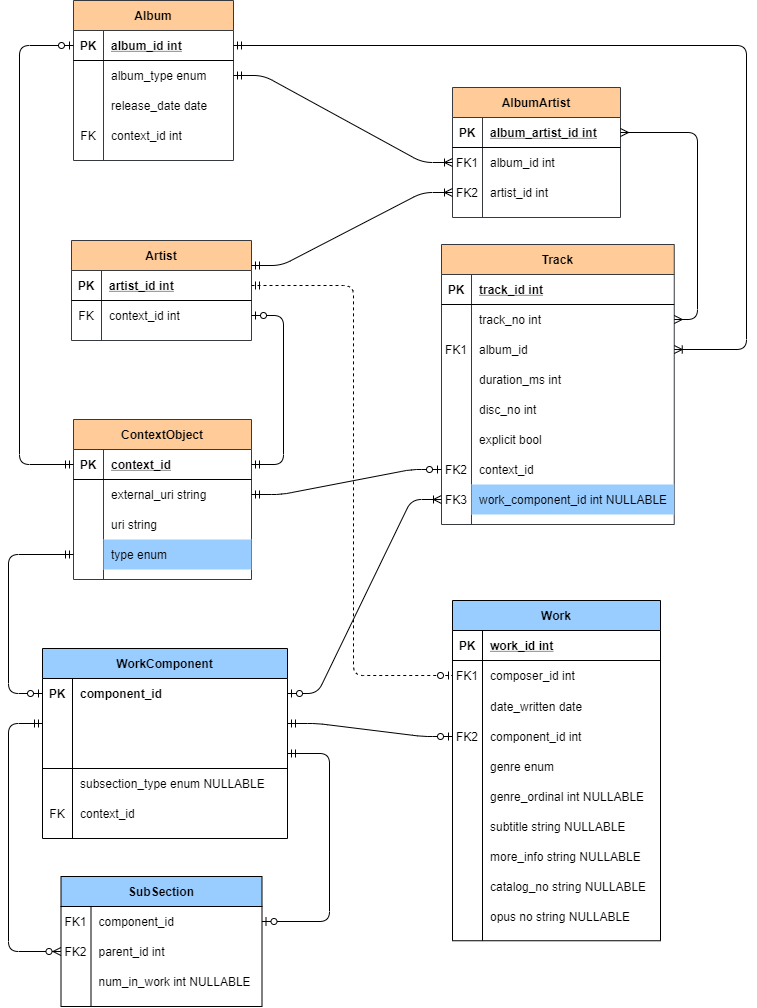
Above: docs/spotify_opus_erd.png in james-menzies/spotify_opus (draw.io), before the change. Source tidied: cells renumbered, new cells last; positions are measured from the earlier drawing's top-left corner, leaving out a move shared by most shapes.
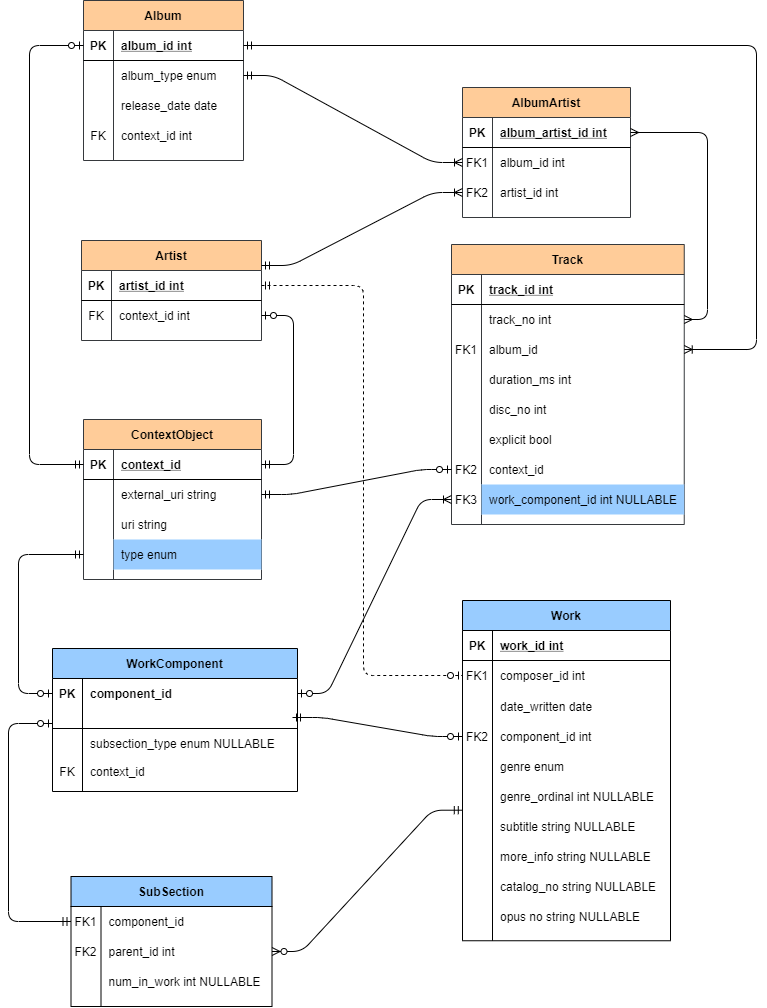
The same file after the commit.

Diff of the diagram source:
```diff
@@ -245,7 +245,7 @@
       <mxGeometry relative="1" as="geometry" />
     </mxCell>
     <mxCell id="77" value="WorkComponent" style="shape=table;startSize=30;rowLines=0;fontStyle=1;align=center;fillColor=#99CCFF;" parent="1" vertex="1">
-      <mxGeometry x="34" y="648" width="245" height="190" as="geometry" />
+      <mxGeometry x="34" y="648" width="245" height="143" as="geometry" />
     </mxCell>
     <mxCell id="78" style="shape=partialRectangle;fillColor=none;top=0;left=0;bottom=0;right=0;points=[[0,0.5],[1,0.5]];portConstraint=eastwest;startSize=30;" parent="77" vertex="1">
       <mxGeometry y="30" width="245" height="30" as="geometry" />
@@ -256,26 +256,17 @@
     <mxCell id="80" value="component_id" style="shape=partialRectangle;fillColor=none;top=0;left=0;bottom=0;right=0;align=left;spacingLeft=6;overflow=hidden;fontStyle=1;" parent="78" vertex="1">
       <mxGeometry x="30" width="215" height="30" as="geometry" />
     </mxCell>
-    <mxCell id="81" style="shape=partialRectangle;fillColor=none;top=0;left=0;bottom=0;right=0;points=[[0,0.5],[1,0.5]];portConstraint=eastwest;startSize=30;" parent="77" vertex="1">
-      <mxGeometry y="60" width="245" height="30" as="geometry" />
-    </mxCell>
-    <mxCell id="82" style="shape=partialRectangle;fillColor=none;top=0;left=0;bottom=0;right=0;overflow=hidden;fontStyle=1;" parent="81" vertex="1">
-      <mxGeometry width="30" height="30" as="geometry" />
-    </mxCell>
-    <mxCell id="83" style="shape=partialRectangle;fillColor=none;top=0;left=0;bottom=0;right=0;align=left;spacingLeft=6;overflow=hidden;fontStyle=1;" parent="81" vertex="1">
-      <mxGeometry x="30" width="215" height="30" as="geometry" />
-    </mxCell>
     <mxCell id="84" style="shape=partialRectangle;fillColor=none;top=0;left=0;bottom=1;right=0;points=[[0,0.5],[1,0.5]];portConstraint=eastwest;" parent="77" vertex="1">
-      <mxGeometry y="90" width="245" height="30" as="geometry" />
+      <mxGeometry y="60" width="245" height="20" as="geometry" />
     </mxCell>
     <mxCell id="85" style="shape=partialRectangle;fillColor=none;top=0;left=0;bottom=0;right=0;fontStyle=1;overflow=hidden;" parent="84" vertex="1">
-      <mxGeometry width="30" height="30" as="geometry" />
+      <mxGeometry width="30" height="20" as="geometry" />
     </mxCell>
     <mxCell id="86" style="shape=partialRectangle;fillColor=none;top=0;left=0;bottom=0;right=0;align=left;spacingLeft=6;fontStyle=5;overflow=hidden;" parent="84" vertex="1">
-      <mxGeometry x="30" width="215" height="30" as="geometry" />
+      <mxGeometry x="30" width="215" height="20" as="geometry" />
     </mxCell>
     <mxCell id="87" style="shape=partialRectangle;fillColor=none;top=0;left=0;bottom=0;right=0;" parent="77" vertex="1">
-      <mxGeometry y="120" width="245" height="30" as="geometry" />
+      <mxGeometry y="80" width="245" height="30" as="geometry" />
     </mxCell>
     <mxCell id="88" style="shape=partialRectangle;fillColor=none;top=0;left=0;bottom=0;right=0;overflow=hidden;" parent="87" vertex="1">
       <mxGeometry width="30" height="30" as="geometry" />
@@ -284,13 +275,13 @@
       <mxGeometry x="30" width="215" height="30" as="geometry" />
     </mxCell>
     <mxCell id="90" style="shape=partialRectangle;fillColor=none;top=0;left=0;bottom=0;right=0;" parent="77" vertex="1">
-      <mxGeometry y="150" width="245" height="30" as="geometry" />
+      <mxGeometry y="110" width="245" height="26" as="geometry" />
     </mxCell>
     <mxCell id="91" value="FK" style="shape=partialRectangle;fillColor=none;top=0;left=0;bottom=0;right=0;overflow=hidden;" parent="90" vertex="1">
-      <mxGeometry width="30" height="30" as="geometry" />
+      <mxGeometry width="30" height="26" as="geometry" />
     </mxCell>
     <mxCell id="92" value="context_id" style="shape=partialRectangle;fillColor=none;top=0;left=0;bottom=0;right=0;align=left;spacingLeft=6;overflow=hidden;" parent="90" vertex="1">
-      <mxGeometry x="30" width="215" height="30" as="geometry" />
+      <mxGeometry x="30" width="215" height="26" as="geometry" />
     </mxCell>
     <mxCell id="93" value="Work" style="shape=table;startSize=30;rowLines=0;fontStyle=1;align=center;fillColor=#99CCFF;" parent="1" vertex="1">
       <mxGeometry x="444" y="600" width="208" height="340.2" as="geometry" />
@@ -432,22 +423,21 @@
     <mxCell id="136" style="edgeStyle=entityRelationEdgeStyle;fontSize=12;html=1;endArrow=ERoneToMany;startArrow=ERzeroToOne;labelBackgroundColor=none;entryX=0;entryY=0.5;entryDx=0;entryDy=0;exitX=1;exitY=0.5;exitDx=0;exitDy=0;startFill=1;endFill=0;" parent="1" edge="1" source="78" target="24">
       <mxGeometry relative="1" as="geometry" />
     </mxCell>
-    <mxCell id="137" style="edgeStyle=elbowEdgeStyle;fontSize=12;html=1;endArrow=ERzeroToMany;startArrow=ERmandOne;labelBackgroundColor=none;entryX=0;entryY=0.5;entryDx=0;entryDy=0;exitX=0;exitY=0.5;exitDx=0;exitDy=0;" parent="1" edge="1" source="81" target="129">
-      <mxGeometry relative="1" as="geometry">
-        <Array as="points">
-          <mxPoint y="840" />
-        </Array>
-      </mxGeometry>
-    </mxCell>
-    <mxCell id="138" style="edgeStyle=entityRelationEdgeStyle;fontSize=12;html=1;endArrow=ERzeroToOne;startArrow=ERmandOne;labelBackgroundColor=none;exitX=1;exitY=0.5;exitDx=0;exitDy=0;entryX=0;entryY=0.5;entryDx=0;entryDy=0;" parent="1" edge="1" source="81" target="103">
-      <mxGeometry relative="1" as="geometry" />
+    <mxCell id="138" style="edgeStyle=entityRelationEdgeStyle;fontSize=12;html=1;endArrow=ERzeroToOne;startArrow=ERmandOne;labelBackgroundColor=none;entryX=0;entryY=0.5;entryDx=0;entryDy=0;" parent="1" edge="1" target="103">
+      <mxGeometry relative="1" as="geometry">
+        <mxPoint x="274" y="717" as="sourcePoint" />
+      </mxGeometry>
     </mxCell>
-    <mxCell id="139" style="edgeStyle=elbowEdgeStyle;fontSize=12;html=1;endArrow=ERzeroToOne;startArrow=ERmandOne;labelBackgroundColor=none;exitX=1;exitY=0.5;exitDx=0;exitDy=0;" parent="1" edge="1" source="84" target="126">
-      <mxGeometry relative="1" as="geometry">
-        <Array as="points">
-          <mxPoint x="321" y="831" />
-        </Array>
-      </mxGeometry>
-    </mxCell>
+    <mxCell id="140" style="edgeStyle=entityRelationEdgeStyle;fontSize=12;html=1;endArrow=ERzeroToMany;startArrow=ERmandOne;exitX=-0.001;exitY=-0.043;exitDx=0;exitDy=0;exitPerimeter=0;" parent="1" edge="1" source="112" target="129">
+      <mxGeometry relative="1" as="geometry" />
+    </mxCell>
+    <mxCell id="141" style="edgeStyle=elbowEdgeStyle;fontSize=12;html=1;endArrow=ERzeroToOne;startArrow=ERmandOne;labelBackgroundColor=none;exitX=0;exitY=0.5;exitDx=0;exitDy=0;entryX=0;entryY=0.5;entryDx=0;entryDy=0;" parent="1" edge="1" source="126">
+      <mxGeometry relative="1" as="geometry">
+        <mxPoint x="34" y="723" as="targetPoint" />
+        <Array as="points">
+          <mxPoint x="-10" y="828" />
+        </Array>
+      </mxGeometry>
+    </mxCell>
   </root>
 </mxGraphModel>
```
